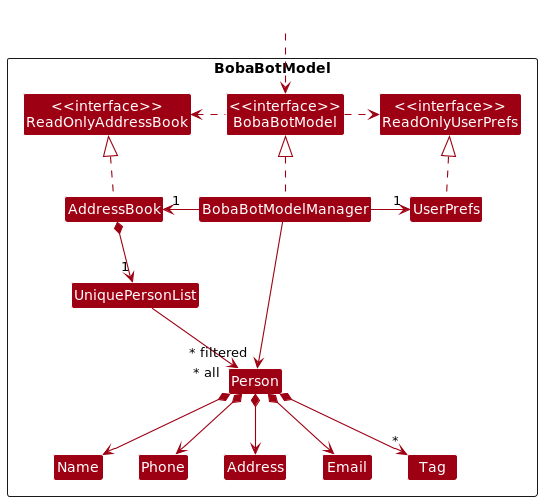
The PlantUML diagram docs/images/ModelClassDiagram.png in nus-cs2103-AY2223S1/tp, before a commit.
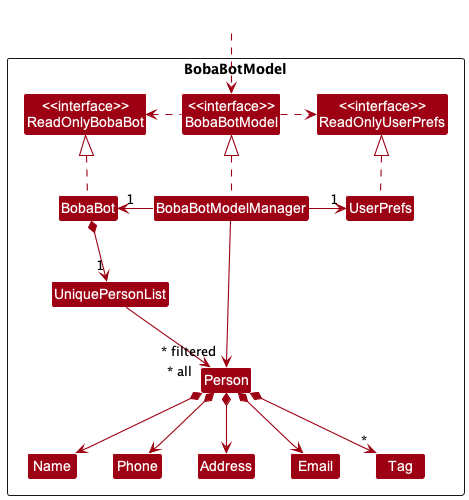
Above is the later version.

The edit, as a diff of the source:
```diff
@@ -5,10 +5,10 @@
 skinparam classBackgroundColor MODEL_COLOR
 
 Package BobaBotModel <<Rectangle>>{
-Class "<<interface>>\nReadOnlyAddressBook" as ReadOnlyAddressBook
+Class "<<interface>>\nReadOnlyBobaBot" as ReadOnlyBobaBot
 Class "<<interface>>\nReadOnlyUserPrefs" as ReadOnlyUserPrefs
 Class "<<interface>>\nBobaBotModel" as BobaBotModel
-Class AddressBook
+Class BobaBot
 Class BobaBotModelManager
 Class UserPrefs
 
@@ -25,16 +25,16 @@
 Class HiddenOutside #FFFFFF
 HiddenOutside ..> BobaBotModel
 
-AddressBook .up.|> ReadOnlyAddressBook
+BobaBot .up.|> ReadOnlyBobaBot
 
 BobaBotModelManager .up.|> BobaBotModel
 BobaBotModel .right.> ReadOnlyUserPrefs
-BobaBotModel .left.> ReadOnlyAddressBook
-BobaBotModelManager -left-> "1" AddressBook
+BobaBotModel .left.> ReadOnlyBobaBot
+BobaBotModelManager -left-> "1" BobaBot
 BobaBotModelManager -right-> "1" UserPrefs
 UserPrefs .up.|> ReadOnlyUserPrefs
 
-AddressBook *--> "1" UniquePersonList
+BobaBot *--> "1" UniquePersonList
 UniquePersonList --> "~* all" Person
 Person *--> Name
 Person *--> Phone
```
